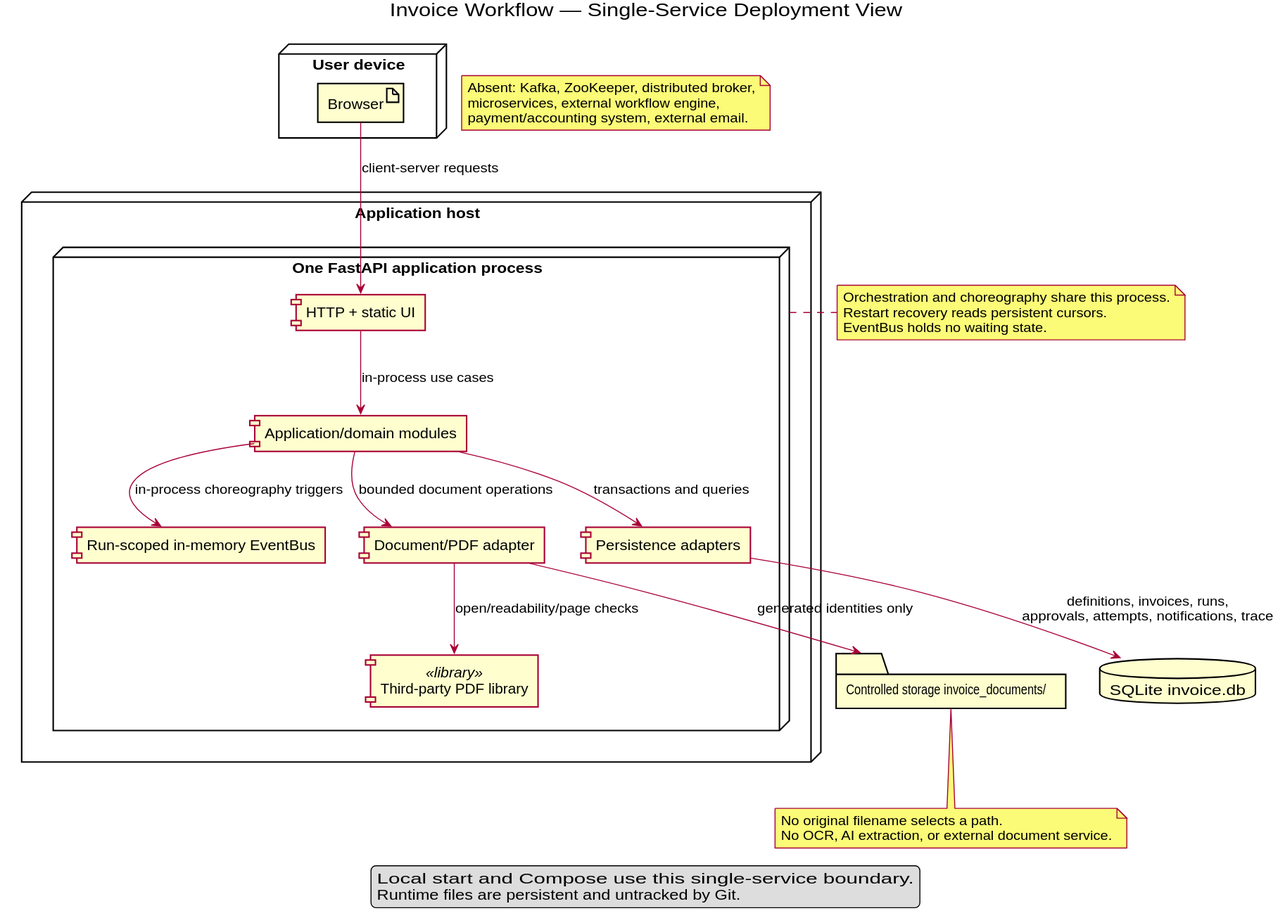
MAES1102/WMS keeps this PlantUML diagram as docs/architecture/uml/rendered/deployment-view.svg. Above is the earlier version. Its diagram source:
```plantuml
@startuml
title Invoice Workflow — Single-Service Deployment View
skinparam shadowing false

node "User device" as Client {
  artifact "Browser" as Browser
}

node "Application host" as Host {
  node "One FastAPI application process" as App {
    component "HTTP + static UI" as HTTP
    component "Application/domain modules" as Core
    component "Run-scoped in-memory EventBus" as EventBus
    component "Persistence adapters" as Persistence
    component "Document/PDF adapter" as Documents
    component "Third-party PDF library" as PdfLib <<library>>
  }
}

database "SQLite invoice.db" as Database
folder "Controlled storage invoice_documents/" as Storage

Browser --> HTTP : client-server requests
HTTP --> Core : in-process use cases
Core --> EventBus : in-process choreography triggers
Core --> Persistence : transactions and queries
Core --> Documents : bounded document operations
Persistence --> Database : definitions, invoices, runs,\napprovals, attempts, notifications, trace
Documents --> Storage : generated identities only
Documents --> PdfLib : open/readability/page checks

note right of App
Orchestration and choreography share this process.
Restart recovery reads persistent cursors.
EventBus holds no waiting state.
end note

note bottom of Storage
No original filename selects a path.
No OCR, AI extraction, or external document service.
end note

note "Absent: Kafka, ZooKeeper, distributed broker,\nmicroservices, external workflow engine,\npayment/accounting system, external email." as Exclusions

legend
Local start and Compose use this single-service boundary.
Runtime files are persistent and untracked by Git.
endlegend
@enduml
```
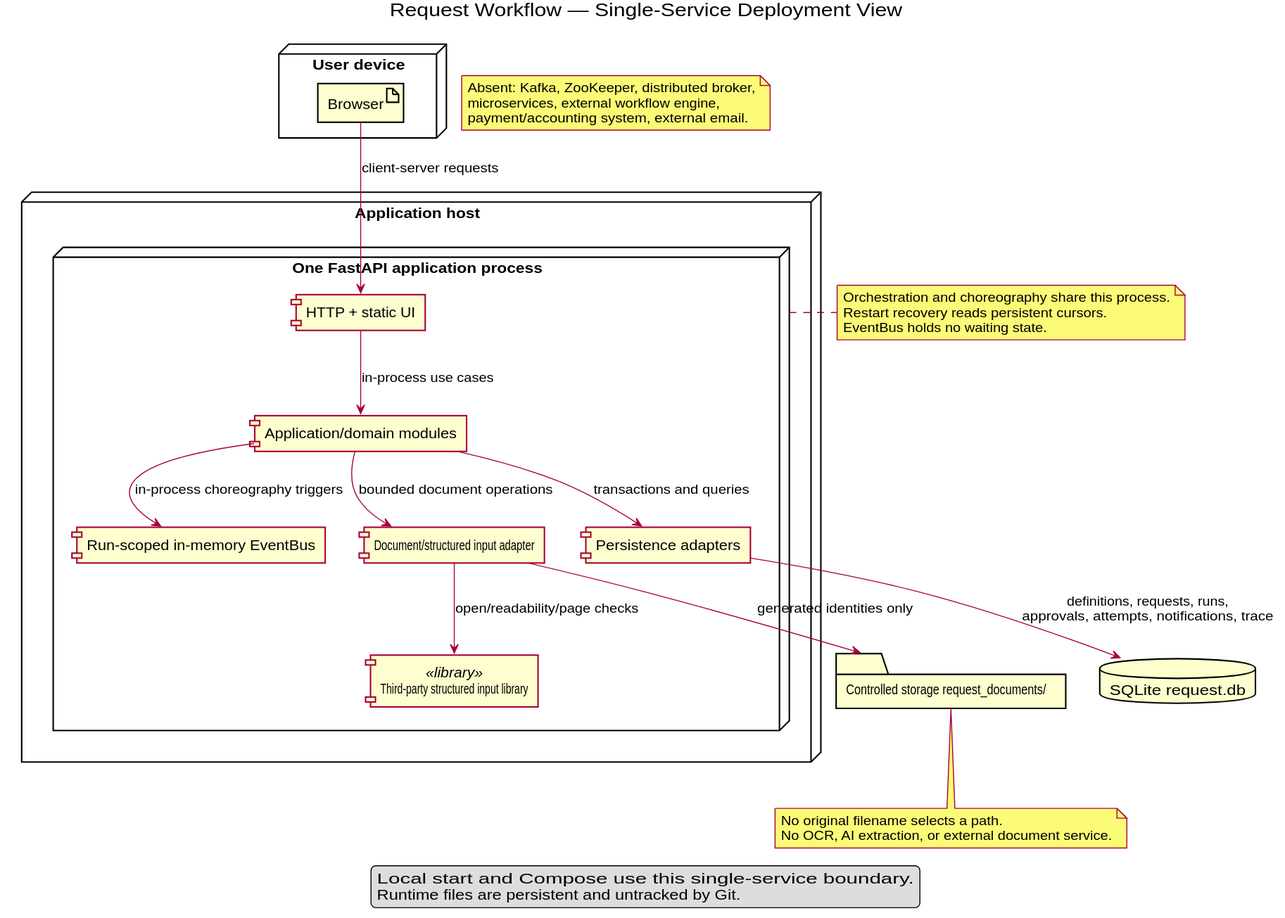
The same diagram one commit later.

Change to the diagram source:
```diff
@@ -1,5 +1,5 @@
 @startuml
-title Invoice Workflow — Single-Service Deployment View
+title Request Workflow — Single-Service Deployment View
 skinparam shadowing false
 
 node "User device" as Client {
@@ -12,20 +12,20 @@
     component "Application/domain modules" as Core
     component "Run-scoped in-memory EventBus" as EventBus
     component "Persistence adapters" as Persistence
-    component "Document/PDF adapter" as Documents
-    component "Third-party PDF library" as PdfLib <<library>>
+    component "Document/structured input adapter" as Documents
+    component "Third-party structured input library" as PdfLib <<library>>
   }
 }
 
-database "SQLite invoice.db" as Database
-folder "Controlled storage invoice_documents/" as Storage
+database "SQLite request.db" as Database
+folder "Controlled storage request_documents/" as Storage
 
 Browser --> HTTP : client-server requests
 HTTP --> Core : in-process use cases
 Core --> EventBus : in-process choreography triggers
 Core --> Persistence : transactions and queries
 Core --> Documents : bounded document operations
-Persistence --> Database : definitions, invoices, runs,\napprovals, attempts, notifications, trace
+Persistence --> Database : definitions, requests, runs,\napprovals, attempts, notifications, trace
 Documents --> Storage : generated identities only
 Documents --> PdfLib : open/readability/page checks
 
```
